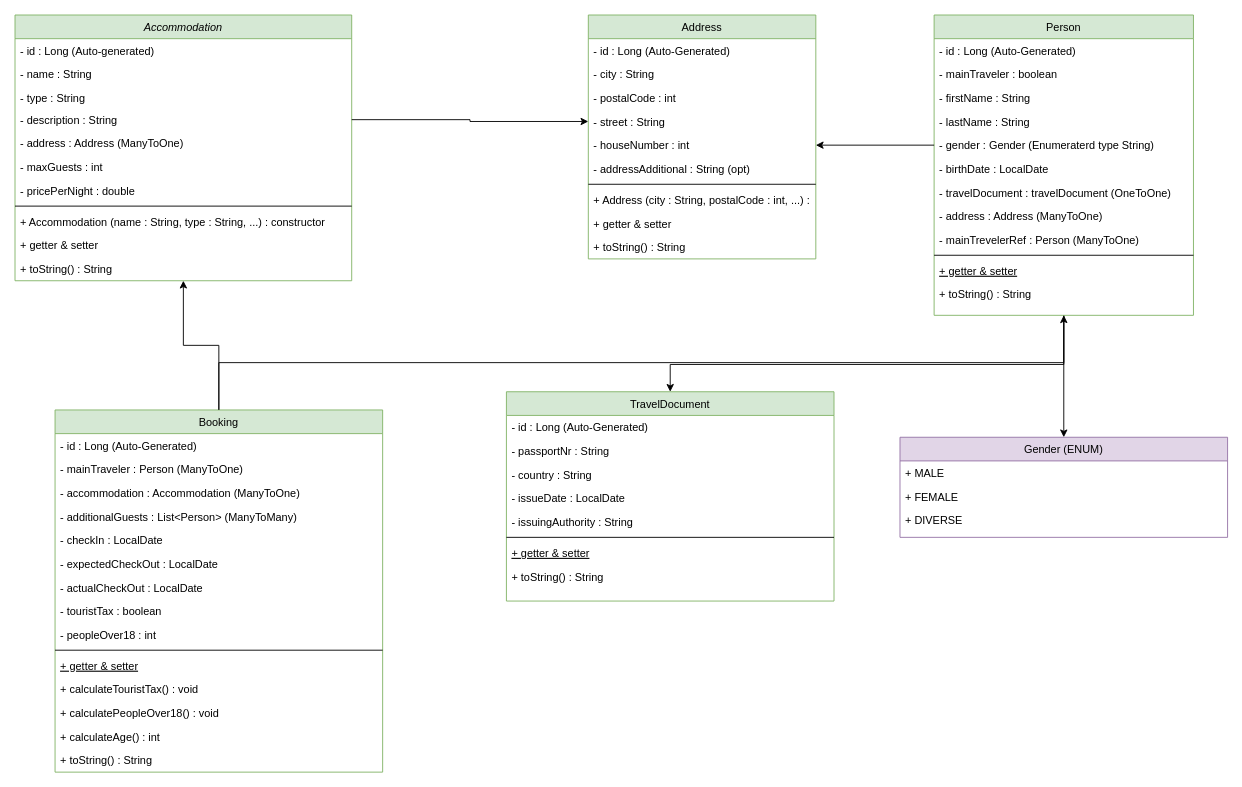
Above: docs/equilibria-uml-18-01-2025.drawio in Equilibria-sharing-DP/equilibria-sharing_backend (draw.io), before the change. Source tidied: cells renumbered, new cells numbered last; positions are measured from the earlier drawing's top-left corner, leaving out a move shared by most shapes. Both pictures are drawn from the tidied source at 91%, with x=0, y=0 at pixel (15, 15).
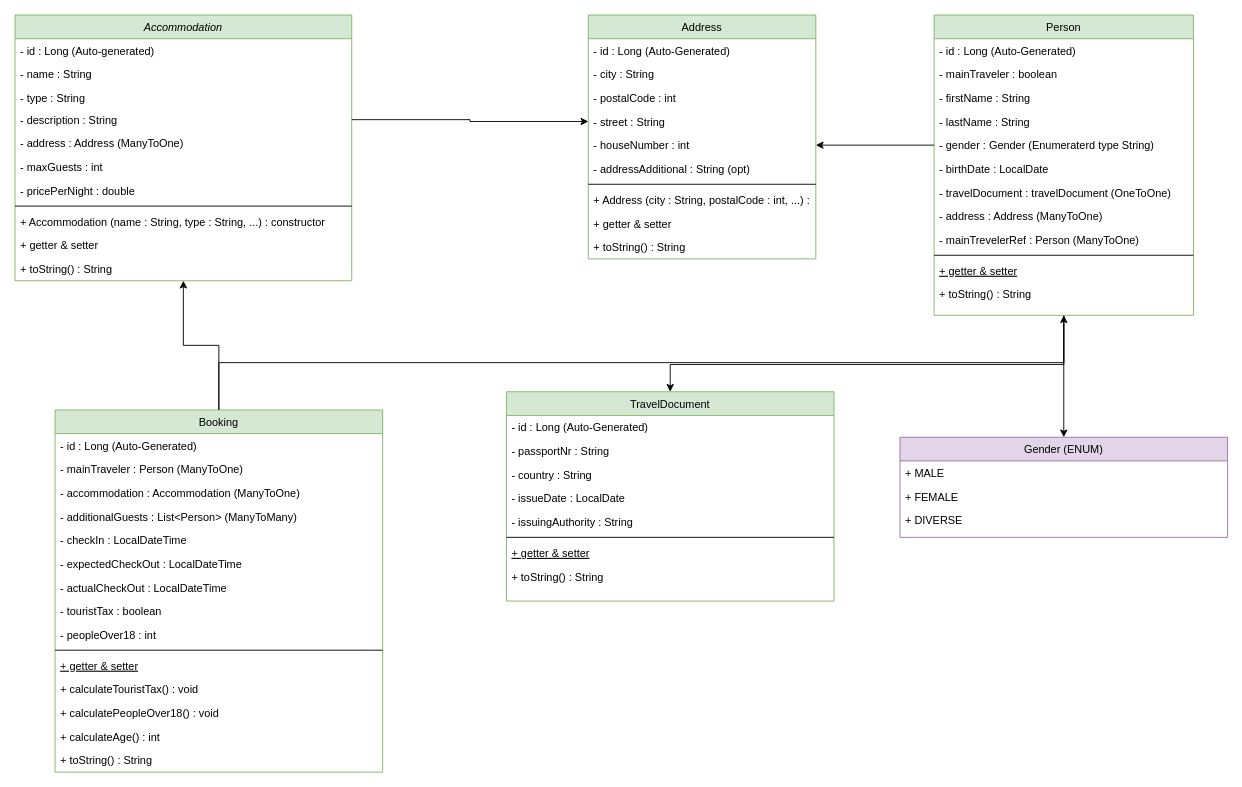
After the change.

Commit message (it also covers changes not shown here):
feat(booking): changing data types of checkin and checkout

Unchanged cells that the change refers to:
```xml
<mxCell id="15" value="Booking" style="swimlane;fontStyle=0;align=center;verticalAlign=top;horizontal=1;startSize=26;rounded=0;shadow=0;strokeWidth=1;fillColor=#d5e8d4;strokeColor=#82b366;" parent="1" vertex="1">
  <mxGeometry x="44" y="434" width="360" height="398" as="geometry" />
</mxCell>
```

Diff of the diagram source:
```diff
@@
-    <mxCell id="20" value="- checkIn : LocalDate" style="text;align=left;verticalAlign=top;spacingLeft=4;spacingRight=4;overflow=hidden;rounded=0;shadow=0;html=0;" parent="15" vertex="1">
+    <mxCell id="20" value="- checkIn : LocalDateTime" style="text;align=left;verticalAlign=top;spacingLeft=4;spacingRight=4;overflow=hidden;rounded=0;shadow=0;html=0;" parent="15" vertex="1">
       <mxGeometry y="130" width="360" height="26" as="geometry" />
     </mxCell>
-    <mxCell id="21" value="- expectedCheckOut : LocalDate" style="text;align=left;verticalAlign=top;spacingLeft=4;spacingRight=4;overflow=hidden;rounded=0;shadow=0;html=0;" parent="15" vertex="1">
+    <mxCell id="21" value="- expectedCheckOut : LocalDateTime" style="text;align=left;verticalAlign=top;spacingLeft=4;spacingRight=4;overflow=hidden;rounded=0;shadow=0;html=0;" parent="15" vertex="1">
       <mxGeometry y="156" width="360" height="26" as="geometry" />
     </mxCell>
-    <mxCell id="22" value="- actualCheckOut : LocalDate" style="text;align=left;verticalAlign=top;spacingLeft=4;spacingRight=4;overflow=hidden;rounded=0;shadow=0;html=0;" parent="15" vertex="1">
+    <mxCell id="22" value="- actualCheckOut : LocalDateTime" style="text;align=left;verticalAlign=top;spacingLeft=4;spacingRight=4;overflow=hidden;rounded=0;shadow=0;html=0;" parent="15" vertex="1">
       <mxGeometry y="182" width="360" height="26" as="geometry" />
     </mxCell>
```
